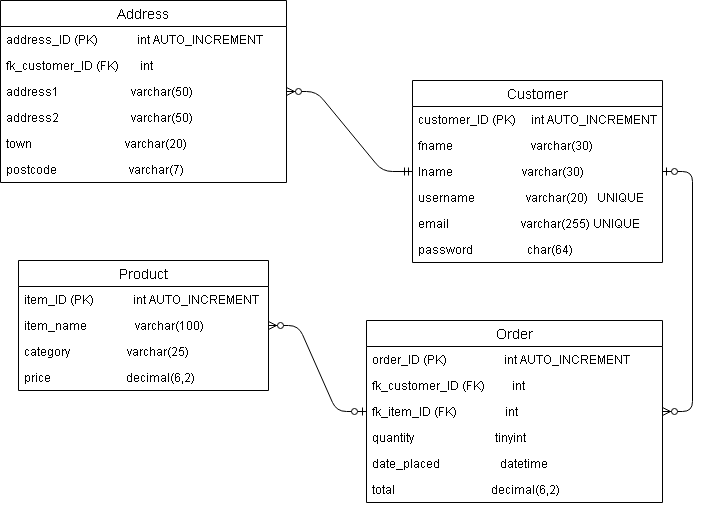
Earlier version of the draw.io export misc/project-CRUD.png (QA-Ashley/Project-CRUD). Source tidied: cells renumbered, new cells last; positions are measured from the earlier drawing's top-left corner, leaving out a move shared by most shapes. Source of this version:
```xml
<mxGraphModel>
  <root>
    <mxCell id="0" />
    <mxCell id="1" parent="0" />
    <mxCell id="2" value="Customer" style="swimlane;fontStyle=0;horizontal=1;startSize=26;align=center;fontSize=14;" parent="1" vertex="1">
      <mxGeometry x="412" y="80" width="250" height="182" as="geometry" />
    </mxCell>
    <mxCell id="3" value="customer_ID (PK)     int AUTO_INCREMENT" style="text;strokeColor=none;fillColor=none;spacingLeft=4;spacingRight=4;overflow=hidden;points=[[0,0.5],[1,0.5]];portConstraint=eastwest;fontSize=12;" parent="2" vertex="1">
      <mxGeometry y="26" width="250" height="26" as="geometry" />
    </mxCell>
    <mxCell id="4" value="fname&amp;nbsp; &amp;nbsp; &amp;nbsp; &amp;nbsp; &amp;nbsp; &amp;nbsp; &amp;nbsp; &amp;nbsp; &amp;nbsp; &amp;nbsp; &amp;nbsp; &amp;nbsp; &amp;nbsp; varchar(30)" style="text;strokeColor=none;fillColor=none;spacingLeft=4;spacingRight=4;overflow=hidden;fontSize=12;html=1;" parent="2" vertex="1">
      <mxGeometry y="52" width="250" height="26" as="geometry" />
    </mxCell>
    <mxCell id="5" value="lname                       varchar(30)" style="text;strokeColor=none;fillColor=none;spacingLeft=4;spacingRight=4;overflow=hidden;fontSize=12;" parent="2" vertex="1">
      <mxGeometry y="78" width="250" height="26" as="geometry" />
    </mxCell>
    <mxCell id="6" value="username                 varchar(20)   UNIQUE" style="text;strokeColor=none;fillColor=none;spacingLeft=4;spacingRight=4;overflow=hidden;fontSize=12;" parent="2" vertex="1">
      <mxGeometry y="104" width="250" height="26" as="geometry" />
    </mxCell>
    <mxCell id="7" value="email                        varchar(255) UNIQUE" style="text;strokeColor=none;fillColor=none;spacingLeft=4;spacingRight=4;overflow=hidden;fontSize=12;" parent="2" vertex="1">
      <mxGeometry y="130" width="250" height="26" as="geometry" />
    </mxCell>
    <mxCell id="8" value="password                  char(64)" style="text;strokeColor=none;fillColor=none;spacingLeft=4;spacingRight=4;overflow=hidden;fontSize=12;" parent="2" vertex="1">
      <mxGeometry y="156" width="250" height="26" as="geometry" />
    </mxCell>
    <mxCell id="9" style="edgeStyle=entityRelationEdgeStyle;fontSize=12;html=1;endArrow=ERzeroToMany;startArrow=ERzeroToOne;" parent="1" edge="1" source="2" target="10">
      <mxGeometry relative="1" as="geometry" />
    </mxCell>
    <mxCell id="10" value="Order" style="swimlane;fontStyle=0;horizontal=1;startSize=26;align=center;fontSize=14;" parent="1" vertex="1">
      <mxGeometry x="366" y="320" width="296" height="182" as="geometry" />
    </mxCell>
    <mxCell id="11" value="order_ID (PK)                   int AUTO_INCREMENT" style="text;strokeColor=none;fillColor=none;spacingLeft=4;spacingRight=4;overflow=hidden;fontSize=12;" parent="10" vertex="1">
      <mxGeometry y="26" width="296" height="26" as="geometry" />
    </mxCell>
    <mxCell id="12" value="fk_customer_ID (FK)&amp;nbsp; &amp;nbsp; &amp;nbsp; &amp;nbsp; &amp;nbsp;int" style="text;strokeColor=none;fillColor=none;spacingLeft=4;spacingRight=4;overflow=hidden;points=[[0,0.5],[1,0.5]];portConstraint=eastwest;fontSize=12;html=1;" parent="10" vertex="1">
      <mxGeometry y="52" width="296" height="26" as="geometry" />
    </mxCell>
    <mxCell id="13" value="fk_item_ID (FK)                int" style="text;strokeColor=none;fillColor=none;spacingLeft=4;spacingRight=4;overflow=hidden;points=[[0,0.5],[1,0.5]];portConstraint=eastwest;fontSize=12;" parent="10" vertex="1">
      <mxGeometry y="78" width="296" height="26" as="geometry" />
    </mxCell>
    <mxCell id="14" value="quantity                           tinyint" style="text;strokeColor=none;fillColor=none;spacingLeft=4;spacingRight=4;overflow=hidden;fontSize=12;" parent="10" vertex="1">
      <mxGeometry y="104" width="296" height="26" as="geometry" />
    </mxCell>
    <mxCell id="15" value="date_placed                    datetime" style="text;strokeColor=none;fillColor=none;spacingLeft=4;spacingRight=4;overflow=hidden;fontSize=12;" parent="10" vertex="1">
      <mxGeometry y="130" width="296" height="26" as="geometry" />
    </mxCell>
    <mxCell id="16" value="total                                decimal(6,2)" style="text;strokeColor=none;fillColor=none;spacingLeft=4;spacingRight=4;overflow=hidden;fontSize=12;" parent="10" vertex="1">
      <mxGeometry y="156" width="296" height="26" as="geometry" />
    </mxCell>
    <mxCell id="17" value="Address" style="swimlane;fontStyle=0;horizontal=1;startSize=26;align=center;fontSize=14;" parent="1" vertex="1">
      <mxGeometry width="286" height="182" as="geometry" />
    </mxCell>
    <mxCell id="18" value="address_ID (PK)             int AUTO_INCREMENT" style="text;strokeColor=none;fillColor=none;spacingLeft=4;spacingRight=4;overflow=hidden;fontSize=12;" parent="17" vertex="1">
      <mxGeometry y="26" width="286" height="26" as="geometry" />
    </mxCell>
    <mxCell id="19" value="fk_customer_ID (FK)&amp;nbsp; &amp;nbsp; &amp;nbsp; &amp;nbsp;int" style="text;strokeColor=none;fillColor=none;spacingLeft=4;spacingRight=4;overflow=hidden;points=[[0,0.5],[1,0.5]];portConstraint=eastwest;fontSize=12;html=1;" parent="17" vertex="1">
      <mxGeometry y="52" width="286" height="26" as="geometry" />
    </mxCell>
    <mxCell id="20" value="address1                        varchar(50)" style="text;strokeColor=none;fillColor=none;spacingLeft=4;spacingRight=4;overflow=hidden;fontSize=12;" parent="17" vertex="1">
      <mxGeometry y="78" width="286" height="26" as="geometry" />
    </mxCell>
    <mxCell id="21" value="address2                        varchar(50)" style="text;strokeColor=none;fillColor=none;spacingLeft=4;spacingRight=4;overflow=hidden;fontSize=12;" parent="17" vertex="1">
      <mxGeometry y="104" width="286" height="26" as="geometry" />
    </mxCell>
    <mxCell id="22" value="town                               varchar(20)" style="text;strokeColor=none;fillColor=none;spacingLeft=4;spacingRight=4;overflow=hidden;fontSize=12;" parent="17" vertex="1">
      <mxGeometry y="130" width="286" height="26" as="geometry" />
    </mxCell>
    <mxCell id="23" value="postcode                        varchar(7)" style="text;strokeColor=none;fillColor=none;spacingLeft=4;spacingRight=4;overflow=hidden;fontSize=12;" parent="17" vertex="1">
      <mxGeometry y="156" width="286" height="26" as="geometry" />
    </mxCell>
    <mxCell id="24" value="Product" style="swimlane;fontStyle=0;horizontal=1;startSize=26;align=center;fontSize=14;" parent="1" vertex="1">
      <mxGeometry x="18" y="260" width="250" height="130" as="geometry" />
    </mxCell>
    <mxCell id="25" value="item_ID (PK)             int AUTO_INCREMENT" style="text;strokeColor=none;fillColor=none;spacingLeft=4;spacingRight=4;overflow=hidden;points=[[0,0.5],[1,0.5]];portConstraint=eastwest;fontSize=12;" parent="24" vertex="1">
      <mxGeometry y="26" width="250" height="26" as="geometry" />
    </mxCell>
    <mxCell id="26" value="item_name&amp;nbsp; &amp;nbsp; &amp;nbsp; &amp;nbsp; &amp;nbsp; &amp;nbsp; &amp;nbsp; &amp;nbsp; varchar(100)" style="text;strokeColor=none;fillColor=none;spacingLeft=4;spacingRight=4;overflow=hidden;points=[[0,0.5],[1,0.5]];portConstraint=eastwest;fontSize=12;html=1;" parent="24" vertex="1">
      <mxGeometry y="52" width="250" height="26" as="geometry" />
    </mxCell>
    <mxCell id="27" value="category                   varchar(25)" style="text;strokeColor=none;fillColor=none;spacingLeft=4;spacingRight=4;overflow=hidden;fontSize=12;" parent="24" vertex="1">
      <mxGeometry y="78" width="250" height="26" as="geometry" />
    </mxCell>
    <mxCell id="28" value="price                         decimal(6,2)" style="text;strokeColor=none;fillColor=none;spacingLeft=4;spacingRight=4;overflow=hidden;fontSize=12;" parent="24" vertex="1">
      <mxGeometry y="104" width="250" height="26" as="geometry" />
    </mxCell>
    <mxCell id="29" style="edgeStyle=entityRelationEdgeStyle;fontSize=12;html=1;endArrow=ERzeroToMany;startArrow=ERmandOne;" parent="1" edge="1" source="2" target="17">
      <mxGeometry relative="1" as="geometry" />
    </mxCell>
    <mxCell id="30" style="edgeStyle=entityRelationEdgeStyle;fontSize=12;html=1;endArrow=ERzeroToMany;startArrow=ERzeroToOne;" parent="1" edge="1" source="10" target="24">
      <mxGeometry relative="1" as="geometry" />
    </mxCell>
  </root>
</mxGraphModel>
```
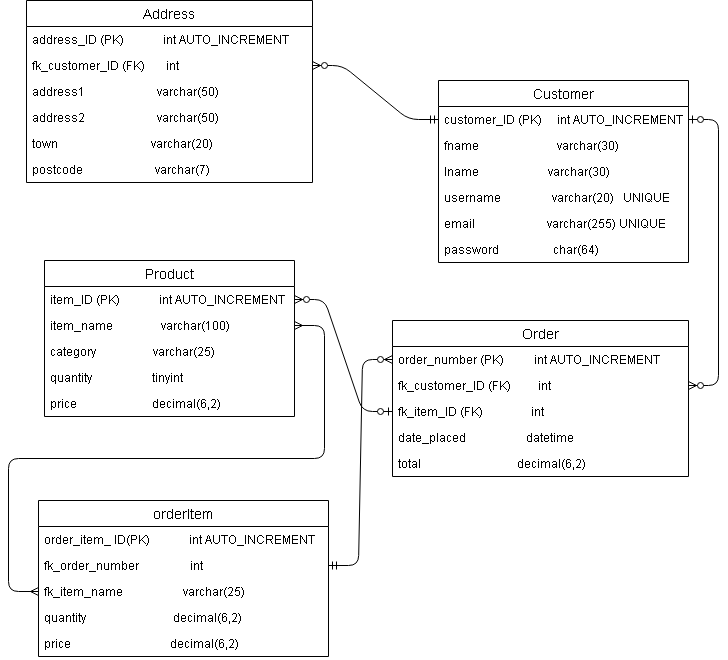
Later version of the same file.

Diff of the diagram source:
```diff
@@ -1,8 +1,8 @@
 <mxGraphModel>
   <root>
-    <mxCell id="0" />
-    <mxCell id="1" parent="0" />
+    <mxCell id="31" />
+    <mxCell id="32" parent="31" />
-    <mxCell id="2" value="Customer" style="swimlane;fontStyle=0;horizontal=1;startSize=26;align=center;fontSize=14;" parent="1" vertex="1">
+    <mxCell id="2" value="Customer" style="swimlane;fontStyle=0;horizontal=1;startSize=26;align=center;fontSize=14;" parent="32" vertex="1">
       <mxGeometry x="412" y="80" width="250" height="182" as="geometry" />
     </mxCell>
     <mxCell id="3" value="customer_ID (PK)     int AUTO_INCREMENT" style="text;strokeColor=none;fillColor=none;spacingLeft=4;spacingRight=4;overflow=hidden;points=[[0,0.5],[1,0.5]];portConstraint=eastwest;fontSize=12;" parent="2" vertex="1">
@@ -23,31 +23,28 @@
     <mxCell id="8" value="password                  char(64)" style="text;strokeColor=none;fillColor=none;spacingLeft=4;spacingRight=4;overflow=hidden;fontSize=12;" parent="2" vertex="1">
       <mxGeometry y="156" width="250" height="26" as="geometry" />
     </mxCell>
-    <mxCell id="9" style="edgeStyle=entityRelationEdgeStyle;fontSize=12;html=1;endArrow=ERzeroToMany;startArrow=ERzeroToOne;" parent="1" edge="1" source="2" target="10">
-      <mxGeometry relative="1" as="geometry" />
-    </mxCell>
+    <mxCell id="33" style="edgeStyle=entityRelationEdgeStyle;fontSize=12;html=1;endArrow=ERzeroToMany;startArrow=ERzeroToOne;" parent="32" edge="1" source="3" target="12">
+      <mxGeometry relative="1" as="geometry" />
+    </mxCell>
-    <mxCell id="10" value="Order" style="swimlane;fontStyle=0;horizontal=1;startSize=26;align=center;fontSize=14;" parent="1" vertex="1">
-      <mxGeometry x="366" y="320" width="296" height="182" as="geometry" />
+    <mxCell id="10" value="Order" style="swimlane;fontStyle=0;horizontal=1;startSize=26;align=center;fontSize=14;" parent="32" vertex="1">
+      <mxGeometry x="366" y="320" width="296" height="156" as="geometry" />
     </mxCell>
-    <mxCell id="11" value="order_ID (PK)                   int AUTO_INCREMENT" style="text;strokeColor=none;fillColor=none;spacingLeft=4;spacingRight=4;overflow=hidden;fontSize=12;" parent="10" vertex="1">
-      <mxGeometry y="26" width="296" height="26" as="geometry" />
-    </mxCell>
+    <mxCell id="34" value="order_number (PK)          int AUTO_INCREMENT" style="text;strokeColor=none;fillColor=none;spacingLeft=4;spacingRight=4;overflow=hidden;points=[[0,0.5],[1,0.5]];portConstraint=eastwest;fontSize=12;" parent="10" vertex="1">
+      <mxGeometry y="26" width="296" height="26" as="geometry" />
+    </mxCell>
     <mxCell id="12" value="fk_customer_ID (FK)&amp;nbsp; &amp;nbsp; &amp;nbsp; &amp;nbsp; &amp;nbsp;int" style="text;strokeColor=none;fillColor=none;spacingLeft=4;spacingRight=4;overflow=hidden;points=[[0,0.5],[1,0.5]];portConstraint=eastwest;fontSize=12;html=1;" parent="10" vertex="1">
       <mxGeometry y="52" width="296" height="26" as="geometry" />
     </mxCell>
     <mxCell id="13" value="fk_item_ID (FK)                int" style="text;strokeColor=none;fillColor=none;spacingLeft=4;spacingRight=4;overflow=hidden;points=[[0,0.5],[1,0.5]];portConstraint=eastwest;fontSize=12;" parent="10" vertex="1">
       <mxGeometry y="78" width="296" height="26" as="geometry" />
     </mxCell>
-    <mxCell id="14" value="quantity                           tinyint" style="text;strokeColor=none;fillColor=none;spacingLeft=4;spacingRight=4;overflow=hidden;fontSize=12;" parent="10" vertex="1">
-      <mxGeometry y="104" width="296" height="26" as="geometry" />
-    </mxCell>
     <mxCell id="15" value="date_placed                    datetime" style="text;strokeColor=none;fillColor=none;spacingLeft=4;spacingRight=4;overflow=hidden;fontSize=12;" parent="10" vertex="1">
-      <mxGeometry y="130" width="296" height="26" as="geometry" />
+      <mxGeometry y="104" width="296" height="26" as="geometry" />
     </mxCell>
     <mxCell id="16" value="total                                decimal(6,2)" style="text;strokeColor=none;fillColor=none;spacingLeft=4;spacingRight=4;overflow=hidden;fontSize=12;" parent="10" vertex="1">
-      <mxGeometry y="156" width="296" height="26" as="geometry" />
+      <mxGeometry y="130" width="296" height="26" as="geometry" />
     </mxCell>
-    <mxCell id="17" value="Address" style="swimlane;fontStyle=0;horizontal=1;startSize=26;align=center;fontSize=14;" parent="1" vertex="1">
+    <mxCell id="17" value="Address" style="swimlane;fontStyle=0;horizontal=1;startSize=26;align=center;fontSize=14;" parent="32" vertex="1">
       <mxGeometry width="286" height="182" as="geometry" />
     </mxCell>
     <mxCell id="18" value="address_ID (PK)             int AUTO_INCREMENT" style="text;strokeColor=none;fillColor=none;spacingLeft=4;spacingRight=4;overflow=hidden;fontSize=12;" parent="17" vertex="1">
@@ -68,8 +65,8 @@
     <mxCell id="23" value="postcode                        varchar(7)" style="text;strokeColor=none;fillColor=none;spacingLeft=4;spacingRight=4;overflow=hidden;fontSize=12;" parent="17" vertex="1">
       <mxGeometry y="156" width="286" height="26" as="geometry" />
     </mxCell>
-    <mxCell id="24" value="Product" style="swimlane;fontStyle=0;horizontal=1;startSize=26;align=center;fontSize=14;" parent="1" vertex="1">
-      <mxGeometry x="18" y="260" width="250" height="130" as="geometry" />
+    <mxCell id="24" value="Product" style="swimlane;fontStyle=0;horizontal=1;startSize=26;align=center;fontSize=14;" parent="32" vertex="1">
+      <mxGeometry x="18" y="260" width="250" height="156" as="geometry" />
     </mxCell>
     <mxCell id="25" value="item_ID (PK)             int AUTO_INCREMENT" style="text;strokeColor=none;fillColor=none;spacingLeft=4;spacingRight=4;overflow=hidden;points=[[0,0.5],[1,0.5]];portConstraint=eastwest;fontSize=12;" parent="24" vertex="1">
       <mxGeometry y="26" width="250" height="26" as="geometry" />
@@ -80,14 +77,41 @@
     <mxCell id="27" value="category                   varchar(25)" style="text;strokeColor=none;fillColor=none;spacingLeft=4;spacingRight=4;overflow=hidden;fontSize=12;" parent="24" vertex="1">
       <mxGeometry y="78" width="250" height="26" as="geometry" />
     </mxCell>
+    <mxCell id="14" value="quantity                    tinyint" style="text;strokeColor=none;fillColor=none;spacingLeft=4;spacingRight=4;overflow=hidden;fontSize=12;" parent="24" vertex="1">
+      <mxGeometry y="104" width="250" height="26" as="geometry" />
+    </mxCell>
     <mxCell id="28" value="price                         decimal(6,2)" style="text;strokeColor=none;fillColor=none;spacingLeft=4;spacingRight=4;overflow=hidden;fontSize=12;" parent="24" vertex="1">
-      <mxGeometry y="104" width="250" height="26" as="geometry" />
+      <mxGeometry y="130" width="250" height="26" as="geometry" />
     </mxCell>
-    <mxCell id="29" style="edgeStyle=entityRelationEdgeStyle;fontSize=12;html=1;endArrow=ERzeroToMany;startArrow=ERmandOne;" parent="1" edge="1" source="2" target="17">
-      <mxGeometry relative="1" as="geometry" />
-    </mxCell>
-    <mxCell id="30" style="edgeStyle=entityRelationEdgeStyle;fontSize=12;html=1;endArrow=ERzeroToMany;startArrow=ERzeroToOne;" parent="1" edge="1" source="10" target="24">
-      <mxGeometry relative="1" as="geometry" />
-    </mxCell>
+    <mxCell id="35" style="edgeStyle=entityRelationEdgeStyle;fontSize=12;html=1;endArrow=ERzeroToMany;startArrow=ERmandOne;" parent="32" edge="1" source="3" target="19">
+      <mxGeometry relative="1" as="geometry" />
+    </mxCell>
+    <mxCell id="36" style="edgeStyle=entityRelationEdgeStyle;fontSize=12;html=1;endArrow=ERzeroToMany;startArrow=ERzeroToOne;" parent="32" edge="1" source="13" target="25">
+      <mxGeometry relative="1" as="geometry" />
+    </mxCell>
+    <mxCell id="37" style="edgeStyle=entityRelationEdgeStyle;fontSize=12;html=1;endArrow=ERzeroToMany;startArrow=ERmandOne;entryX=0;entryY=0.5;entryDx=0;entryDy=0;" parent="32" edge="1" source="40" target="34">
+      <mxGeometry relative="1" as="geometry" />
+    </mxCell>
+    <mxCell id="38" value="orderItem" style="swimlane;fontStyle=0;horizontal=1;startSize=26;align=center;fontSize=14;" parent="32" vertex="1">
+      <mxGeometry x="12" y="500" width="290" height="156" as="geometry" />
+    </mxCell>
+    <mxCell id="39" value="order_item_ ID(PK)             int AUTO_INCREMENT" style="text;strokeColor=none;fillColor=none;spacingLeft=4;spacingRight=4;overflow=hidden;fontSize=12;" parent="38" vertex="1">
+      <mxGeometry y="26" width="290" height="26" as="geometry" />
+    </mxCell>
+    <mxCell id="40" value="fk_order_number&amp;nbsp; &amp;nbsp; &amp;nbsp; &amp;nbsp; &amp;nbsp; &amp;nbsp; &amp;nbsp; &amp;nbsp; &amp;nbsp;int" style="text;strokeColor=none;fillColor=none;spacingLeft=4;spacingRight=4;overflow=hidden;points=[[0,0.5],[1,0.5]];portConstraint=eastwest;fontSize=12;html=1;" parent="38" vertex="1">
+      <mxGeometry y="52" width="290" height="26" as="geometry" />
+    </mxCell>
+    <mxCell id="41" value="fk_item_name                    varchar(25)" style="text;strokeColor=none;fillColor=none;spacingLeft=4;spacingRight=4;overflow=hidden;points=[[0,0.5],[1,0.5]];portConstraint=eastwest;fontSize=12;" parent="38" vertex="1">
+      <mxGeometry y="78" width="290" height="26" as="geometry" />
+    </mxCell>
+    <mxCell id="42" value="quantity                             decimal(6,2)" style="text;strokeColor=none;fillColor=none;spacingLeft=4;spacingRight=4;overflow=hidden;fontSize=12;" parent="38" vertex="1">
+      <mxGeometry y="104" width="290" height="26" as="geometry" />
+    </mxCell>
+    <mxCell id="43" value="price                                 decimal(6,2)" style="text;strokeColor=none;fillColor=none;spacingLeft=4;spacingRight=4;overflow=hidden;fontSize=12;" parent="38" vertex="1">
+      <mxGeometry y="130" width="290" height="26" as="geometry" />
+    </mxCell>
+    <mxCell id="44" style="edgeStyle=entityRelationEdgeStyle;fontSize=12;html=1;endArrow=ERmany;startArrow=ERmany;entryX=0;entryY=0.5;entryDx=0;entryDy=0;exitX=1;exitY=0.5;exitDx=0;exitDy=0;" parent="32" edge="1" source="26" target="41">
+      <mxGeometry relative="1" as="geometry" />
+    </mxCell>
   </root>
 </mxGraphModel>
```
